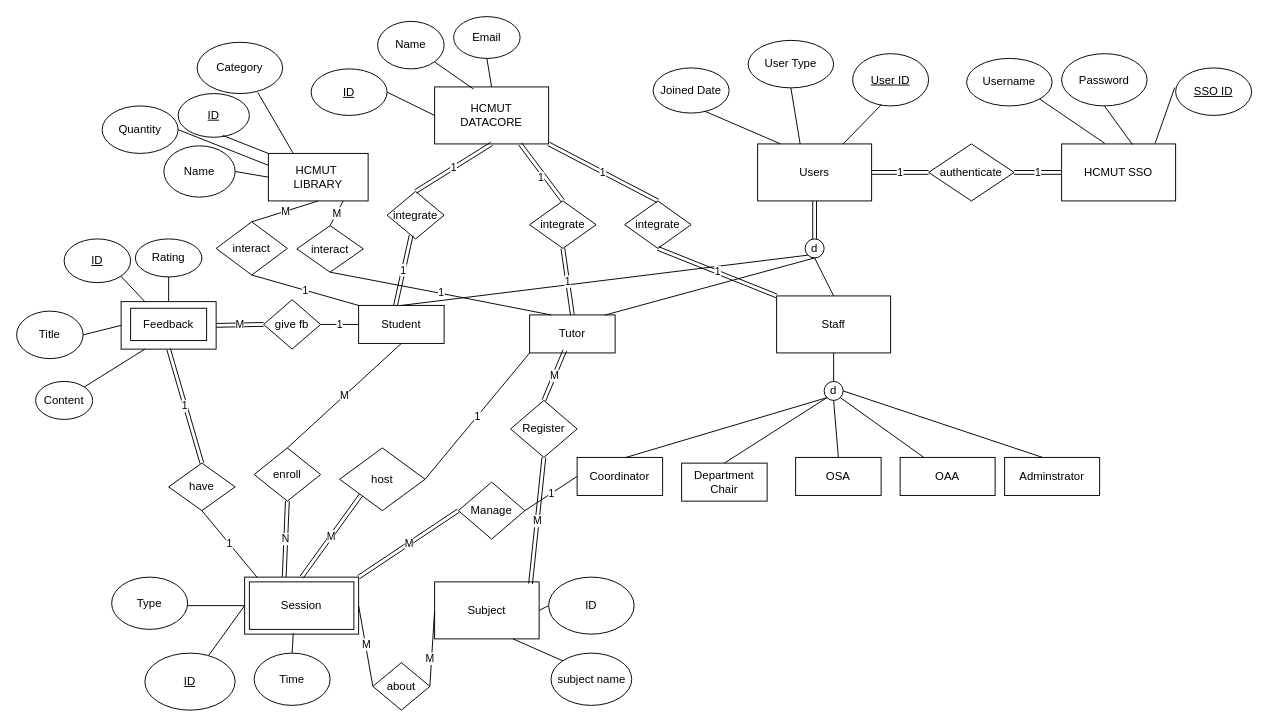
Earlier version of the draw.io diagram Untitled Diagram.drawio (Sonhoangvo/csdl). Source tidied: cells renumbered, new cells numbered last; positions are measured from the earlier drawing's top-left corner, leaving out a move shared by most shapes. Both pictures are drawn from the tidied source at 95%, with x=0, y=0 at pixel (16, 16).
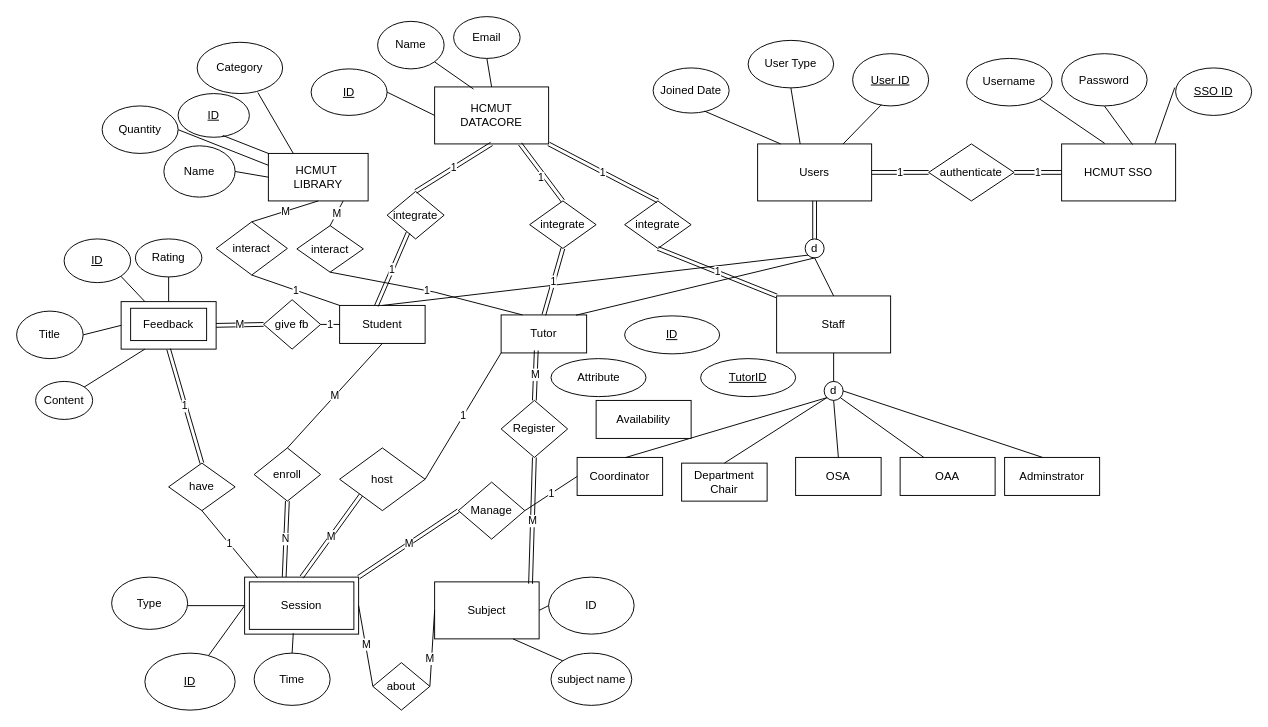
After the change.

Diff of the diagram source:
```diff
@@
     <mxCell id="7" value="Student" style="rounded=0;whiteSpace=wrap;html=1;" parent="1" vertex="1">
-      <mxGeometry x="360" y="304" width="90" height="40" as="geometry" />
+      <mxGeometry x="340" y="304" width="90" height="40" as="geometry" />
     </mxCell>
     <mxCell id="8" value="Tutor" style="rounded=0;whiteSpace=wrap;html=1;" parent="1" vertex="1">
-      <mxGeometry x="540" y="314" width="90" height="40" as="geometry" />
+      <mxGeometry x="510" y="314" width="90" height="40" as="geometry" />
     </mxCell>
@@
     <mxCell id="114" value="Register" style="rhombus;whiteSpace=wrap;html=1;" parent="1" vertex="1">
-      <mxGeometry x="520" y="404" width="70" height="60" as="geometry" />
+      <mxGeometry x="510" y="404" width="70" height="60" as="geometry" />
     </mxCell>
@@
+    <mxCell id="117" value="Availability" style="whiteSpace=wrap;html=1;align=center;" parent="1" vertex="1">
+      <mxGeometry x="610" y="404" width="100" height="40" as="geometry" />
+    </mxCell>
+    <mxCell id="118" value="&lt;u&gt;ID&lt;/u&gt;" style="ellipse;whiteSpace=wrap;html=1;align=center;" parent="1" vertex="1">
+      <mxGeometry x="640" y="315" width="100" height="40" as="geometry" />
+    </mxCell>
+    <mxCell id="119" value="&lt;u&gt;TutorID&lt;/u&gt;" style="ellipse;whiteSpace=wrap;html=1;align=center;" parent="1" vertex="1">
+      <mxGeometry x="720" y="360" width="100" height="40" as="geometry" />
+    </mxCell>
+    <mxCell id="120" value="Attribute" style="ellipse;whiteSpace=wrap;html=1;align=center;" parent="1" vertex="1">
+      <mxGeometry x="562.5" y="360" width="100" height="40" as="geometry" />
+    </mxCell>
```
